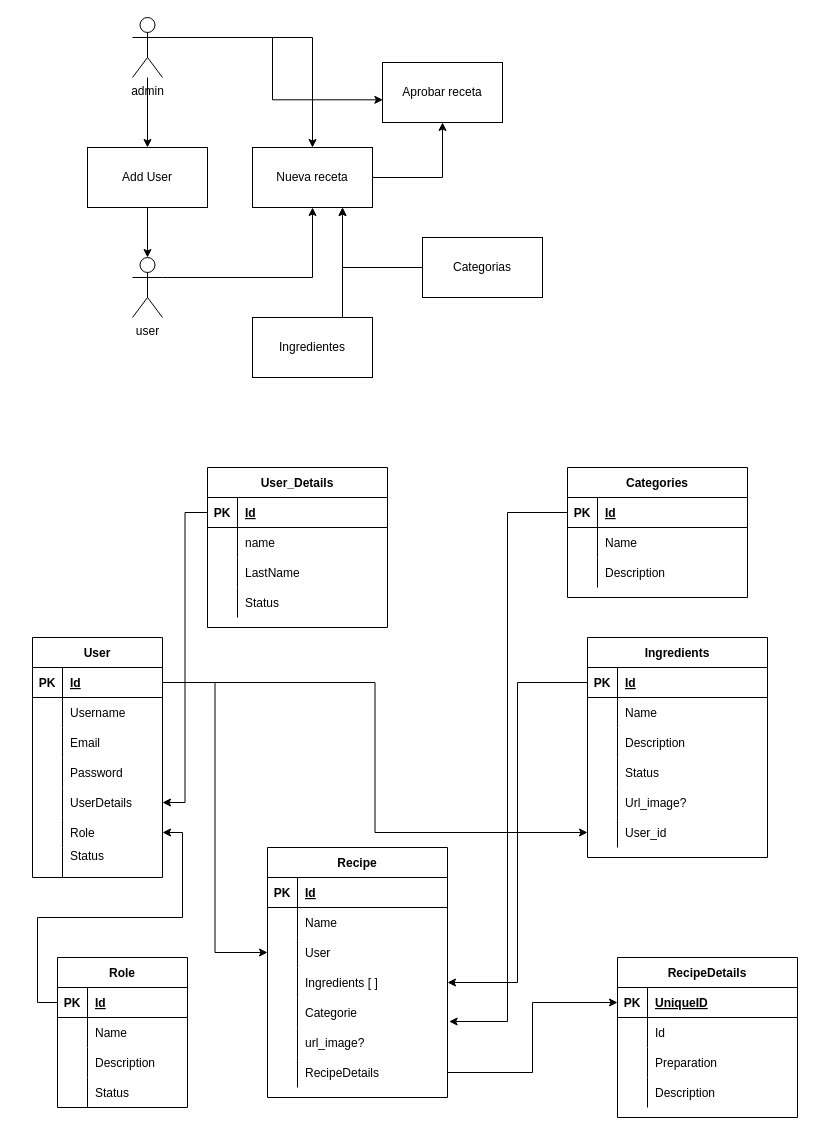
Above: use-case.drawio in moisescastro13/kitchen-recipes (draw.io), before the change. Source tidied: cells renumbered, new cells numbered last; positions are measured from the earlier drawing's top-left corner, leaving out a move shared by most shapes. Both pictures are drawn from the tidied source at 100%, with x=0, y=0 at pixel (32, 17).
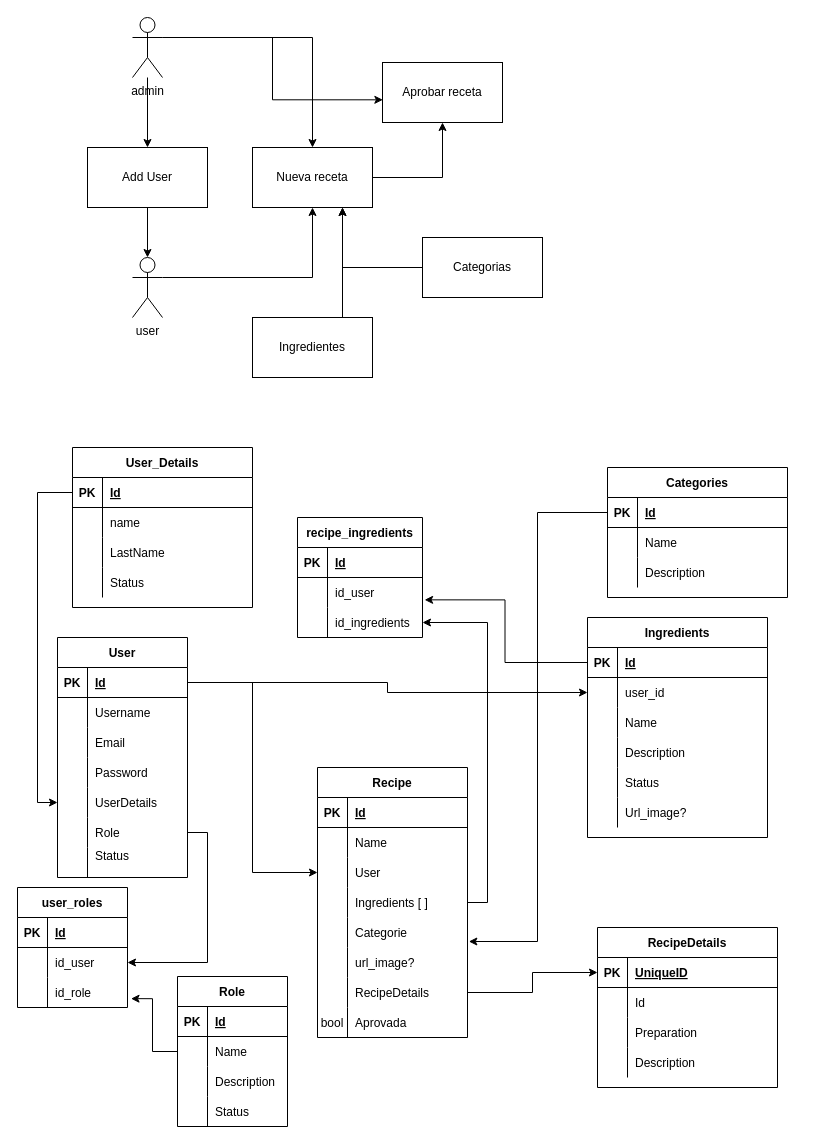
The same diagram, later.

Unchanged cells that the change refers to:
```xml
<mxCell id="18" style="shape=partialRectangle;fillColor=none;top=0;left=0;bottom=1;right=0;points=[[0,0.5],[1,0.5]];portConstraint=eastwest;" parent="17" vertex="1">
  <mxGeometry y="30" width="130" height="30" as="geometry" />
</mxCell>
<mxCell id="30" style="shape=partialRectangle;fillColor=none;top=0;left=0;bottom=0;right=0;points=[[0,0.5],[1,0.5]];portConstraint=eastwest;" parent="17" vertex="1">
  <mxGeometry y="150" width="130" height="30" as="geometry" />
</mxCell>
<mxCell id="33" style="shape=partialRectangle;fillColor=none;top=0;left=0;bottom=0;right=0;points=[[0,0.5],[1,0.5]];portConstraint=eastwest;" parent="17" vertex="1">
  <mxGeometry y="180" width="130" height="30" as="geometry" />
</mxCell>
<mxCell id="40" style="shape=partialRectangle;fillColor=none;top=0;left=0;bottom=1;right=0;points=[[0,0.5],[1,0.5]];portConstraint=eastwest;" parent="39" vertex="1">
  <mxGeometry y="30" width="180" height="30" as="geometry" />
</mxCell>
<mxCell id="78" style="shape=partialRectangle;fillColor=none;top=0;left=0;bottom=1;right=0;points=[[0,0.5],[1,0.5]];portConstraint=eastwest;" parent="77" vertex="1">
  <mxGeometry y="30" width="180" height="30" as="geometry" />
</mxCell>
```

Diff of the diagram source:
```diff
@@
     <mxCell id="17" value="User" style="shape=table;startSize=30;childLayout=tableLayout;rowLines=0;fontStyle=1;align=center;" parent="1" vertex="1">
-      <mxGeometry y="620" width="130" height="240" as="geometry" />
+      <mxGeometry x="25" y="620" width="130" height="240" as="geometry" />
     </mxCell>
@@
     <mxCell id="39" value="User_Details" style="shape=table;startSize=30;childLayout=tableLayout;rowLines=0;fontStyle=1;align=center;" parent="1" vertex="1">
-      <mxGeometry x="175" y="450" width="180" height="160" as="geometry" />
+      <mxGeometry x="40" y="430" width="180" height="160" as="geometry" />
     </mxCell>
@@
     <mxCell id="52" value="Role" style="shape=table;startSize=30;childLayout=tableLayout;rowLines=0;fontStyle=1;align=center;" parent="1" vertex="1">
-      <mxGeometry x="25" y="940" width="130" height="150" as="geometry" />
+      <mxGeometry x="145" y="959" width="110" height="150" as="geometry" />
     </mxCell>
     <mxCell id="53" style="shape=partialRectangle;fillColor=none;top=0;left=0;bottom=1;right=0;points=[[0,0.5],[1,0.5]];portConstraint=eastwest;" parent="52" vertex="1">
-      <mxGeometry y="30" width="130" height="30" as="geometry" />
+      <mxGeometry y="30" width="110" height="30" as="geometry" />
     </mxCell>
@@
     <mxCell id="55" value="Id" style="shape=partialRectangle;fillColor=none;top=0;left=0;bottom=0;right=0;align=left;spacingLeft=6;fontStyle=5;overflow=hidden;" parent="53" vertex="1">
-      <mxGeometry x="30" width="100" height="30" as="geometry" />
+      <mxGeometry x="30" width="80" height="30" as="geometry" />
     </mxCell>
     <mxCell id="56" style="shape=partialRectangle;fillColor=none;top=0;left=0;bottom=0;right=0;points=[[0,0.5],[1,0.5]];portConstraint=eastwest;" parent="52" vertex="1">
-      <mxGeometry y="60" width="130" height="30" as="geometry" />
+      <mxGeometry y="60" width="110" height="30" as="geometry" />
     </mxCell>
@@
     <mxCell id="58" value="Name" style="shape=partialRectangle;fillColor=none;top=0;left=0;bottom=0;right=0;align=left;spacingLeft=6;overflow=hidden;" parent="56" vertex="1">
-      <mxGeometry x="30" width="100" height="30" as="geometry" />
+      <mxGeometry x="30" width="80" height="30" as="geometry" />
     </mxCell>
     <mxCell id="59" style="shape=partialRectangle;fillColor=none;top=0;left=0;bottom=0;right=0;" parent="52" vertex="1">
-      <mxGeometry y="90" width="130" height="30" as="geometry" />
+      <mxGeometry y="90" width="110" height="30" as="geometry" />
     </mxCell>
@@
     <mxCell id="61" value="Description" style="shape=partialRectangle;fillColor=none;top=0;left=0;bottom=0;right=0;align=left;spacingLeft=6;overflow=hidden;" parent="59" vertex="1">
-      <mxGeometry x="30" width="100" height="30" as="geometry" />
+      <mxGeometry x="30" width="80" height="30" as="geometry" />
     </mxCell>
     <mxCell id="62" style="shape=partialRectangle;fillColor=none;top=0;left=0;bottom=0;right=0;" parent="52" vertex="1">
-      <mxGeometry y="120" width="130" height="30" as="geometry" />
+      <mxGeometry y="120" width="110" height="30" as="geometry" />
     </mxCell>
@@
     <mxCell id="64" value="Status" style="shape=partialRectangle;fillColor=none;top=0;left=0;bottom=0;right=0;align=left;spacingLeft=6;overflow=hidden;" parent="62" vertex="1">
-      <mxGeometry x="30" width="100" height="30" as="geometry" />
+      <mxGeometry x="30" width="80" height="30" as="geometry" />
     </mxCell>
-    <mxCell id="65" style="edgeStyle=orthogonalEdgeStyle;rounded=0;jettySize=auto;html=1;exitX=0;exitY=0.5;exitDx=0;exitDy=0;entryX=1;entryY=0.5;entryDx=0;entryDy=0;" parent="1" edge="1" source="40" target="30">
+    <mxCell id="65" style="edgeStyle=orthogonalEdgeStyle;rounded=0;jettySize=auto;html=1;exitX=0;exitY=0.5;exitDx=0;exitDy=0;entryX=0;entryY=0.5;entryDx=0;entryDy=0;" parent="1" edge="1" source="40" target="30">
       <mxGeometry relative="1" as="geometry" />
     </mxCell>
-    <mxCell id="66" style="edgeStyle=orthogonalEdgeStyle;rounded=0;jettySize=auto;html=1;exitX=0;exitY=0.5;exitDx=0;exitDy=0;" parent="1" edge="1" source="53" target="33">
-      <mxGeometry relative="1" as="geometry" />
-    </mxCell>
     <mxCell id="67" value="Categories" style="shape=table;startSize=30;childLayout=tableLayout;rowLines=0;fontStyle=1;align=center;" parent="1" vertex="1">
-      <mxGeometry x="535" y="450" width="180" height="130" as="geometry" />
+      <mxGeometry x="575" y="450" width="180" height="130" as="geometry" />
     </mxCell>
@@
     <mxCell id="77" value="Ingredients" style="shape=table;startSize=30;childLayout=tableLayout;rowLines=0;fontStyle=1;align=center;" parent="1" vertex="1">
-      <mxGeometry x="555" y="620" width="180" height="220" as="geometry" />
+      <mxGeometry x="555" y="600" width="180" height="220" as="geometry" />
     </mxCell>
@@
+    <mxCell id="136" style="shape=partialRectangle;fillColor=none;top=0;left=0;bottom=0;right=0;points=[[0,0.5],[1,0.5]];portConstraint=eastwest;" parent="77" vertex="1">
+      <mxGeometry y="60" width="180" height="30" as="geometry" />
+    </mxCell>
+    <mxCell id="137" style="shape=partialRectangle;fillColor=none;top=0;left=0;bottom=0;right=0;overflow=hidden;" parent="136" vertex="1">
+      <mxGeometry width="30" height="30" as="geometry" />
+    </mxCell>
+    <mxCell id="138" value="user_id" style="shape=partialRectangle;fillColor=none;top=0;left=0;bottom=0;right=0;align=left;spacingLeft=6;overflow=hidden;" parent="136" vertex="1">
+      <mxGeometry x="30" width="150" height="30" as="geometry" />
+    </mxCell>
     <mxCell id="81" style="shape=partialRectangle;fillColor=none;top=0;left=0;bottom=0;right=0;" parent="77" vertex="1">
-      <mxGeometry y="60" width="180" height="30" as="geometry" />
+      <mxGeometry y="90" width="180" height="30" as="geometry" />
     </mxCell>
@@
     <mxCell id="84" style="shape=partialRectangle;fillColor=none;top=0;left=0;bottom=0;right=0;" parent="77" vertex="1">
-      <mxGeometry y="90" width="180" height="30" as="geometry" />
+      <mxGeometry y="120" width="180" height="30" as="geometry" />
     </mxCell>
@@
     <mxCell id="87" style="shape=partialRectangle;fillColor=none;top=0;left=0;bottom=0;right=0;" parent="77" vertex="1">
-      <mxGeometry y="120" width="180" height="30" as="geometry" />
+      <mxGeometry y="150" width="180" height="30" as="geometry" />
     </mxCell>
@@
     <mxCell id="90" style="shape=partialRectangle;fillColor=none;top=0;left=0;bottom=0;right=0;" parent="77" vertex="1">
-      <mxGeometry y="150" width="180" height="30" as="geometry" />
+      <mxGeometry y="180" width="180" height="30" as="geometry" />
     </mxCell>
@@
-    <mxCell id="93" style="shape=partialRectangle;fillColor=none;top=0;left=0;bottom=0;right=0;points=[[0,0.5],[1,0.5]];portConstraint=eastwest;" parent="77" vertex="1">
-      <mxGeometry y="180" width="180" height="30" as="geometry" />
-    </mxCell>
-    <mxCell id="94" style="shape=partialRectangle;fillColor=none;top=0;left=0;bottom=0;right=0;overflow=hidden;" parent="93" vertex="1">
-      <mxGeometry width="30" height="30" as="geometry" />
-    </mxCell>
-    <mxCell id="95" value="User_id" style="shape=partialRectangle;fillColor=none;top=0;left=0;bottom=0;right=0;align=left;spacingLeft=6;overflow=hidden;" parent="93" vertex="1">
-      <mxGeometry x="30" width="150" height="30" as="geometry" />
-    </mxCell>
     <mxCell id="96" value="Recipe" style="shape=table;startSize=30;childLayout=tableLayout;rowLines=0;fontStyle=1;align=center;" parent="1" vertex="1">
-      <mxGeometry x="235" y="830" width="180" height="250" as="geometry" />
+      <mxGeometry x="285" y="750" width="150" height="270" as="geometry" />
     </mxCell>
     <mxCell id="97" style="shape=partialRectangle;fillColor=none;top=0;left=0;bottom=1;right=0;" parent="96" vertex="1">
-      <mxGeometry y="30" width="180" height="30" as="geometry" />
+      <mxGeometry y="30" width="150" height="30" as="geometry" />
     </mxCell>
@@
     <mxCell id="99" value="Id" style="shape=partialRectangle;fillColor=none;top=0;left=0;bottom=0;right=0;align=left;spacingLeft=6;fontStyle=5;overflow=hidden;" parent="97" vertex="1">
-      <mxGeometry x="30" width="150" height="30" as="geometry" />
+      <mxGeometry x="30" width="120" height="30" as="geometry" />
     </mxCell>
     <mxCell id="100" style="shape=partialRectangle;fillColor=none;top=0;left=0;bottom=0;right=0;" parent="96" vertex="1">
-      <mxGeometry y="60" width="180" height="30" as="geometry" />
+      <mxGeometry y="60" width="150" height="30" as="geometry" />
     </mxCell>
@@
     <mxCell id="102" value="Name" style="shape=partialRectangle;fillColor=none;top=0;left=0;bottom=0;right=0;align=left;spacingLeft=6;overflow=hidden;" parent="100" vertex="1">
-      <mxGeometry x="30" width="150" height="30" as="geometry" />
+      <mxGeometry x="30" width="120" height="30" as="geometry" />
     </mxCell>
     <mxCell id="103" style="shape=partialRectangle;fillColor=none;top=0;left=0;bottom=0;right=0;points=[[0,0.5],[1,0.5]];portConstraint=eastwest;" parent="96" vertex="1">
-      <mxGeometry y="90" width="180" height="30" as="geometry" />
+      <mxGeometry y="90" width="150" height="30" as="geometry" />
     </mxCell>
@@
     <mxCell id="105" value="User" style="shape=partialRectangle;fillColor=none;top=0;left=0;bottom=0;right=0;align=left;spacingLeft=6;overflow=hidden;" parent="103" vertex="1">
-      <mxGeometry x="30" width="150" height="30" as="geometry" />
+      <mxGeometry x="30" width="120" height="30" as="geometry" />
     </mxCell>
     <mxCell id="106" style="shape=partialRectangle;fillColor=none;top=0;left=0;bottom=0;right=0;points=[[0,0.5],[1,0.5]];portConstraint=eastwest;" parent="96" vertex="1">
-      <mxGeometry y="120" width="180" height="30" as="geometry" />
+      <mxGeometry y="120" width="150" height="30" as="geometry" />
     </mxCell>
@@
     <mxCell id="108" value="Ingredients [ ]" style="shape=partialRectangle;fillColor=none;top=0;left=0;bottom=0;right=0;align=left;spacingLeft=6;overflow=hidden;" parent="106" vertex="1">
-      <mxGeometry x="30" width="150" height="30" as="geometry" />
+      <mxGeometry x="30" width="120" height="30" as="geometry" />
     </mxCell>
     <mxCell id="109" style="shape=partialRectangle;fillColor=none;top=0;left=0;bottom=0;right=0;points=[[0,0.5],[1,0.5]];portConstraint=eastwest;" parent="96" vertex="1">
-      <mxGeometry y="150" width="180" height="30" as="geometry" />
+      <mxGeometry y="150" width="150" height="30" as="geometry" />
     </mxCell>
@@
     <mxCell id="111" value="Categorie" style="shape=partialRectangle;fillColor=none;top=0;left=0;bottom=0;right=0;align=left;spacingLeft=6;overflow=hidden;" parent="109" vertex="1">
-      <mxGeometry x="30" width="150" height="30" as="geometry" />
+      <mxGeometry x="30" width="120" height="30" as="geometry" />
     </mxCell>
     <mxCell id="112" style="shape=partialRectangle;fillColor=none;top=0;left=0;bottom=0;right=0;" parent="96" vertex="1">
-      <mxGeometry y="180" width="180" height="30" as="geometry" />
+      <mxGeometry y="180" width="150" height="30" as="geometry" />
     </mxCell>
@@
     <mxCell id="114" value="url_image?" style="shape=partialRectangle;fillColor=none;top=0;left=0;bottom=0;right=0;align=left;spacingLeft=6;overflow=hidden;" parent="112" vertex="1">
-      <mxGeometry x="30" width="150" height="30" as="geometry" />
+      <mxGeometry x="30" width="120" height="30" as="geometry" />
     </mxCell>
     <mxCell id="115" style="shape=partialRectangle;fillColor=none;top=0;left=0;bottom=0;right=0;points=[[0,0.5],[1,0.5]];portConstraint=eastwest;" parent="96" vertex="1">
-      <mxGeometry y="210" width="180" height="30" as="geometry" />
+      <mxGeometry y="210" width="150" height="30" as="geometry" />
     </mxCell>
@@
     <mxCell id="117" value="RecipeDetails" style="shape=partialRectangle;fillColor=none;top=0;left=0;bottom=0;right=0;align=left;spacingLeft=6;overflow=hidden;" parent="115" vertex="1">
-      <mxGeometry x="30" width="150" height="30" as="geometry" />
+      <mxGeometry x="30" width="120" height="30" as="geometry" />
     </mxCell>
+    <mxCell id="139" style="shape=partialRectangle;fillColor=none;top=0;left=0;bottom=0;right=0;" parent="96" vertex="1">
+      <mxGeometry y="240" width="150" height="30" as="geometry" />
+    </mxCell>
+    <mxCell id="140" value="bool" style="shape=partialRectangle;fillColor=none;top=0;left=0;bottom=0;right=0;overflow=hidden;" parent="139" vertex="1">
+      <mxGeometry width="30" height="30" as="geometry" />
+    </mxCell>
+    <mxCell id="141" value="Aprovada " style="shape=partialRectangle;fillColor=none;top=0;left=0;bottom=0;right=0;align=left;spacingLeft=6;overflow=hidden;" parent="139" vertex="1">
+      <mxGeometry x="30" width="120" height="30" as="geometry" />
+    </mxCell>
     <mxCell id="118" value="RecipeDetails" style="shape=table;startSize=30;childLayout=tableLayout;rowLines=0;fontStyle=1;align=center;" parent="1" vertex="1">
-      <mxGeometry x="585" y="940" width="180" height="160" as="geometry" />
+      <mxGeometry x="565" y="910" width="180" height="160" as="geometry" />
     </mxCell>
@@
-    <mxCell id="132" style="edgeStyle=orthogonalEdgeStyle;rounded=0;jettySize=auto;html=1;entryX=1;entryY=0.5;entryDx=0;entryDy=0;" parent="1" edge="1" source="78" target="106">
-      <mxGeometry relative="1" as="geometry" />
-    </mxCell>
@@
-    <mxCell id="135" style="edgeStyle=orthogonalEdgeStyle;rounded=0;jettySize=auto;html=1;exitX=1;exitY=0.5;exitDx=0;exitDy=0;entryX=0;entryY=0.5;entryDx=0;entryDy=0;" parent="1" edge="1" source="18" target="93">
+    <mxCell id="135" style="edgeStyle=orthogonalEdgeStyle;rounded=0;jettySize=auto;html=1;exitX=1;exitY=0.5;exitDx=0;exitDy=0;entryX=0;entryY=0.5;entryDx=0;entryDy=0;" parent="1" edge="1" source="18">
       <mxGeometry relative="1" as="geometry" />
     </mxCell>
+    <mxCell id="142" value="user_roles" style="shape=table;startSize=30;childLayout=tableLayout;rowLines=0;fontStyle=1;align=center;" parent="1" vertex="1">
+      <mxGeometry x="-15" y="870" width="110" height="120" as="geometry" />
+    </mxCell>
+    <mxCell id="143" style="shape=partialRectangle;fillColor=none;top=0;left=0;bottom=1;right=0;" parent="142" vertex="1">
+      <mxGeometry y="30" width="110" height="30" as="geometry" />
+    </mxCell>
+    <mxCell id="144" value="PK" style="shape=partialRectangle;fillColor=none;top=0;left=0;bottom=0;right=0;fontStyle=1;overflow=hidden;" parent="143" vertex="1">
+      <mxGeometry width="30" height="30" as="geometry" />
+    </mxCell>
+    <mxCell id="145" value="Id" style="shape=partialRectangle;fillColor=none;top=0;left=0;bottom=0;right=0;align=left;spacingLeft=6;fontStyle=5;overflow=hidden;" parent="143" vertex="1">
+      <mxGeometry x="30" width="80" height="30" as="geometry" />
+    </mxCell>
+    <mxCell id="146" style="shape=partialRectangle;fillColor=none;top=0;left=0;bottom=0;right=0;points=[[0,0.5],[1,0.5]];portConstraint=eastwest;" parent="142" vertex="1">
+      <mxGeometry y="60" width="110" height="30" as="geometry" />
+    </mxCell>
+    <mxCell id="147" style="shape=partialRectangle;fillColor=none;top=0;left=0;bottom=0;right=0;overflow=hidden;" parent="146" vertex="1">
+      <mxGeometry width="30" height="30" as="geometry" />
+    </mxCell>
+    <mxCell id="148" value="id_user" style="shape=partialRectangle;fillColor=none;top=0;left=0;bottom=0;right=0;align=left;spacingLeft=6;overflow=hidden;" parent="146" vertex="1">
+      <mxGeometry x="30" width="80" height="30" as="geometry" />
+    </mxCell>
+    <mxCell id="149" style="shape=partialRectangle;fillColor=none;top=0;left=0;bottom=0;right=0;points=[[0,0.5],[1,0.5]];portConstraint=eastwest;" parent="142" vertex="1">
+      <mxGeometry y="90" width="110" height="30" as="geometry" />
+    </mxCell>
+    <mxCell id="150" style="shape=partialRectangle;fillColor=none;top=0;left=0;bottom=0;right=0;overflow=hidden;" parent="149" vertex="1">
+      <mxGeometry width="30" height="30" as="geometry" />
+    </mxCell>
+    <mxCell id="151" value="id_role" style="shape=partialRectangle;fillColor=none;top=0;left=0;bottom=0;right=0;align=left;spacingLeft=6;overflow=hidden;" parent="149" vertex="1">
+      <mxGeometry x="30" width="80" height="30" as="geometry" />
+    </mxCell>
+    <mxCell id="152" style="edgeStyle=orthogonalEdgeStyle;rounded=0;jettySize=auto;html=1;exitX=0;exitY=0.5;exitDx=0;exitDy=0;entryX=1.032;entryY=0.705;entryDx=0;entryDy=0;entryPerimeter=0;" parent="1" edge="1" source="56" target="149">
+      <mxGeometry relative="1" as="geometry" />
+    </mxCell>
+    <mxCell id="153" style="edgeStyle=orthogonalEdgeStyle;rounded=0;jettySize=auto;html=1;exitX=1;exitY=0.5;exitDx=0;exitDy=0;entryX=1;entryY=0.5;entryDx=0;entryDy=0;" parent="1" edge="1" source="33" target="146">
+      <mxGeometry relative="1" as="geometry" />
+    </mxCell>
+    <mxCell id="154" style="edgeStyle=orthogonalEdgeStyle;rounded=0;jettySize=auto;html=1;exitX=1;exitY=0.5;exitDx=0;exitDy=0;entryX=0;entryY=0.5;entryDx=0;entryDy=0;" parent="1" edge="1" source="18" target="136">
+      <mxGeometry relative="1" as="geometry">
+        <Array as="points">
+          <mxPoint x="355" y="665" />
+          <mxPoint x="355" y="675" />
+        </Array>
+      </mxGeometry>
+    </mxCell>
+    <mxCell id="155" value="recipe_ingredients" style="shape=table;startSize=30;childLayout=tableLayout;rowLines=0;fontStyle=1;align=center;" parent="1" vertex="1">
+      <mxGeometry x="265" y="500" width="125" height="120" as="geometry" />
+    </mxCell>
+    <mxCell id="156" style="shape=partialRectangle;fillColor=none;top=0;left=0;bottom=1;right=0;" parent="155" vertex="1">
+      <mxGeometry y="30" width="125" height="30" as="geometry" />
+    </mxCell>
+    <mxCell id="157" value="PK" style="shape=partialRectangle;fillColor=none;top=0;left=0;bottom=0;right=0;fontStyle=1;overflow=hidden;" parent="156" vertex="1">
+      <mxGeometry width="30" height="30" as="geometry" />
+    </mxCell>
+    <mxCell id="158" value="Id" style="shape=partialRectangle;fillColor=none;top=0;left=0;bottom=0;right=0;align=left;spacingLeft=6;fontStyle=5;overflow=hidden;" parent="156" vertex="1">
+      <mxGeometry x="30" width="95" height="30" as="geometry" />
+    </mxCell>
+    <mxCell id="159" style="shape=partialRectangle;fillColor=none;top=0;left=0;bottom=0;right=0;points=[[0,0.5],[1,0.5]];portConstraint=eastwest;" parent="155" vertex="1">
+      <mxGeometry y="60" width="125" height="30" as="geometry" />
+    </mxCell>
+    <mxCell id="160" style="shape=partialRectangle;fillColor=none;top=0;left=0;bottom=0;right=0;overflow=hidden;" parent="159" vertex="1">
+      <mxGeometry width="30" height="30" as="geometry" />
+    </mxCell>
+    <mxCell id="161" value="id_user" style="shape=partialRectangle;fillColor=none;top=0;left=0;bottom=0;right=0;align=left;spacingLeft=6;overflow=hidden;" parent="159" vertex="1">
+      <mxGeometry x="30" width="95" height="30" as="geometry" />
+    </mxCell>
+    <mxCell id="162" style="shape=partialRectangle;fillColor=none;top=0;left=0;bottom=0;right=0;points=[[0,0.5],[1,0.5]];portConstraint=eastwest;" parent="155" vertex="1">
+      <mxGeometry y="90" width="125" height="30" as="geometry" />
+    </mxCell>
+    <mxCell id="163" style="shape=partialRectangle;fillColor=none;top=0;left=0;bottom=0;right=0;overflow=hidden;" parent="162" vertex="1">
+      <mxGeometry width="30" height="30" as="geometry" />
+    </mxCell>
+    <mxCell id="164" value="id_ingredients" style="shape=partialRectangle;fillColor=none;top=0;left=0;bottom=0;right=0;align=left;spacingLeft=6;overflow=hidden;" parent="162" vertex="1">
+      <mxGeometry x="30" width="95" height="30" as="geometry" />
+    </mxCell>
+    <mxCell id="165" style="edgeStyle=orthogonalEdgeStyle;rounded=0;jettySize=auto;html=1;exitX=1;exitY=0.5;exitDx=0;exitDy=0;entryX=1;entryY=0.5;entryDx=0;entryDy=0;" parent="1" edge="1" source="106" target="162">
+      <mxGeometry relative="1" as="geometry" />
+    </mxCell>
+    <mxCell id="166" style="edgeStyle=orthogonalEdgeStyle;rounded=0;jettySize=auto;html=1;exitX=0;exitY=0.5;exitDx=0;exitDy=0;entryX=1.017;entryY=0.745;entryDx=0;entryDy=0;entryPerimeter=0;" parent="1" edge="1" source="78" target="159">
+      <mxGeometry relative="1" as="geometry" />
+    </mxCell>
```
